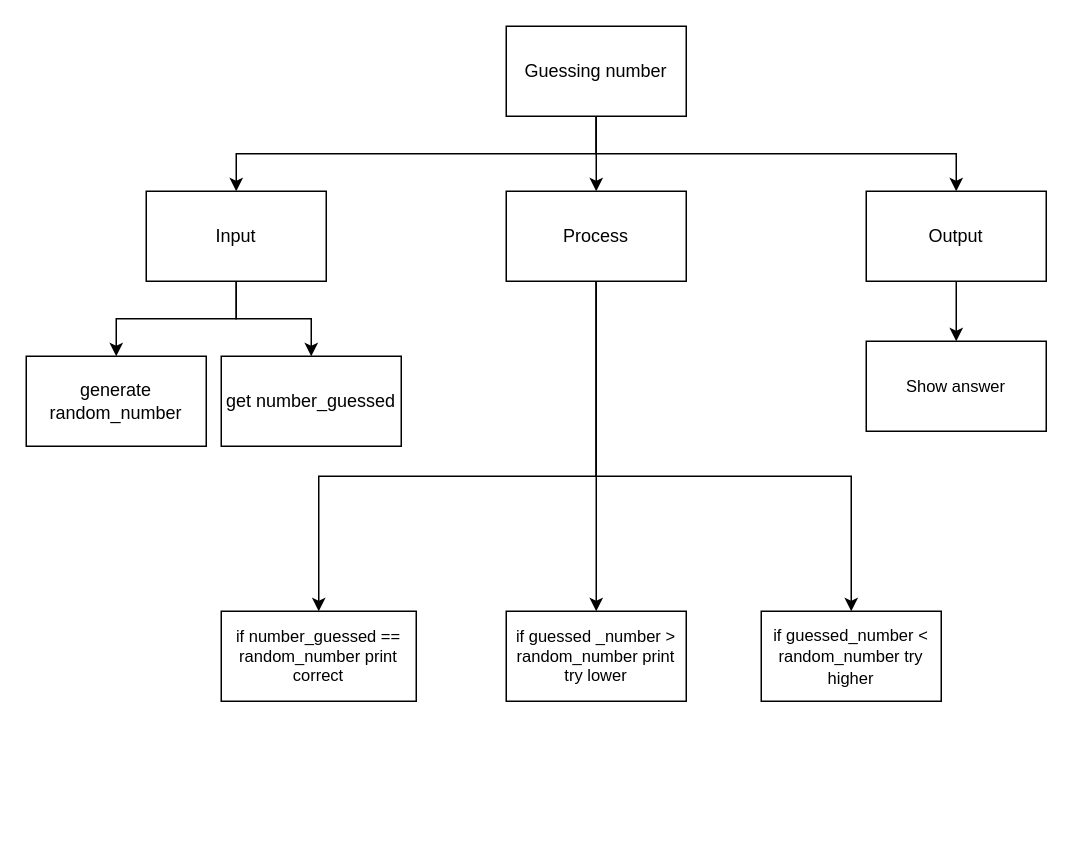
Earlier version of the draw.io diagram design.drawio (Aleksandr-Ten/ICS3U-Unit4-05-Python). Source tidied: cells renumbered, new cells numbered last; positions are measured from the earlier drawing's top-left corner, leaving out a move shared by most shapes. Both pictures are drawn from the tidied source at 150%, with x=0, y=0 at pixel (26, 26).
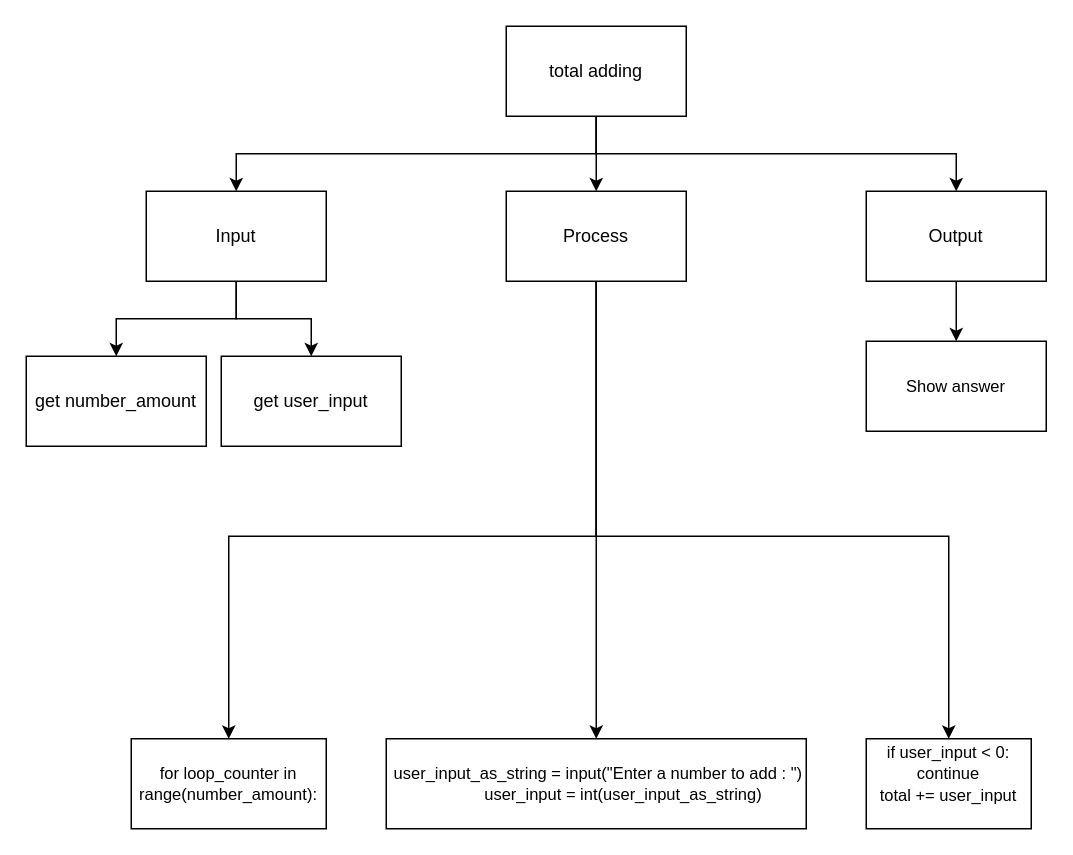
The same page after the edit.

The change refers to these unchanged cells:
```xml
<mxCell id="9" value="Process" style="rounded=0;whiteSpace=wrap;html=1;" parent="1" vertex="1">
  <mxGeometry x="320" y="110" width="120" height="60" as="geometry" />
</mxCell>
```

The edit, as a diff of the source:
```diff
@@
-    <mxCell id="5" value="Guessing number" style="rounded=0;whiteSpace=wrap;html=1;" parent="1" vertex="1">
+    <mxCell id="5" value="total adding" style="rounded=0;whiteSpace=wrap;html=1;" parent="1" vertex="1">
       <mxGeometry x="320" width="120" height="60" as="geometry" />
     </mxCell>
+    <mxCell id="8" style="edgeStyle=none;html=1;entryX=0.5;entryY=0;entryDx=0;entryDy=0;" parent="1" edge="1" source="9" target="17">
+      <mxGeometry relative="1" as="geometry" />
+    </mxCell>
-    <mxCell id="6" style="edgeStyle=orthogonalEdgeStyle;shape=connector;rounded=0;html=1;exitX=0.5;exitY=1;exitDx=0;exitDy=0;labelBackgroundColor=default;fontFamily=Helvetica;fontSize=11;fontColor=default;endArrow=classic;strokeColor=default;entryX=0.5;entryY=0;entryDx=0;entryDy=0;" parent="1" edge="1" source="9" target="16">
+    <mxCell id="6" style="edgeStyle=orthogonalEdgeStyle;html=1;entryX=0.5;entryY=0;entryDx=0;entryDy=0;rounded=0;" parent="1" edge="1" source="9" target="16">
       <mxGeometry relative="1" as="geometry">
         <Array as="points">
-          <mxPoint x="380" y="300" />
-          <mxPoint x="195" y="300" />
+          <mxPoint x="380" y="340" />
+          <mxPoint x="135" y="340" />
         </Array>
       </mxGeometry>
     </mxCell>
-    <mxCell id="7" style="edgeStyle=orthogonalEdgeStyle;shape=connector;rounded=0;html=1;exitX=0.5;exitY=1;exitDx=0;exitDy=0;labelBackgroundColor=default;fontFamily=Helvetica;fontSize=11;fontColor=default;endArrow=classic;strokeColor=default;" parent="1" edge="1" source="9" target="17">
-      <mxGeometry relative="1" as="geometry" />
-    </mxCell>
-    <mxCell id="8" style="edgeStyle=orthogonalEdgeStyle;rounded=0;html=1;exitX=0.5;exitY=1;exitDx=0;exitDy=0;fontSize=11;" parent="1" edge="1" source="9" target="20">
-      <mxGeometry relative="1" as="geometry">
-        <Array as="points">
-          <mxPoint x="380" y="300" />
-          <mxPoint x="550" y="300" />
-        </Array>
-      </mxGeometry>
-    </mxCell>
+    <mxCell id="21" style="edgeStyle=orthogonalEdgeStyle;shape=connector;rounded=0;html=1;exitX=0.5;exitY=1;exitDx=0;exitDy=0;entryX=0.5;entryY=0;entryDx=0;entryDy=0;labelBackgroundColor=default;fontFamily=Helvetica;fontSize=11;fontColor=default;endArrow=classic;strokeColor=default;" parent="1" edge="1" source="9" target="20">
+      <mxGeometry relative="1" as="geometry">
+        <Array as="points">
+          <mxPoint x="380" y="340" />
+          <mxPoint x="615" y="340" />
+        </Array>
+      </mxGeometry>
+    </mxCell>
@@
-    <mxCell id="15" value="&lt;font style=&quot;font-size: 12px&quot;&gt;generate random_number&lt;/font&gt;" style="rounded=0;whiteSpace=wrap;html=1;fontFamily=Helvetica;fontSize=11;fontColor=default;" parent="1" vertex="1">
+    <mxCell id="15" value="&lt;span style=&quot;font-size: 12px&quot;&gt;get number_amount&lt;/span&gt;" style="rounded=0;whiteSpace=wrap;html=1;fontFamily=Helvetica;fontSize=11;fontColor=default;" parent="1" vertex="1">
       <mxGeometry y="220" width="120" height="60" as="geometry" />
     </mxCell>
-    <mxCell id="16" value="if number_guessed == random_number print correct" style="rounded=0;whiteSpace=wrap;html=1;fontFamily=Helvetica;fontSize=11;fontColor=default;" parent="1" vertex="1">
-      <mxGeometry x="130" y="390" width="130" height="60" as="geometry" />
+    <mxCell id="16" value="for loop_counter in range(number_amount):" style="rounded=0;whiteSpace=wrap;html=1;fontFamily=Helvetica;fontSize=11;fontColor=default;" parent="1" vertex="1">
+      <mxGeometry x="70" y="475" width="130" height="60" as="geometry" />
     </mxCell>
-    <mxCell id="17" value="if guessed _number &amp;gt; random_number print try lower" style="rounded=0;whiteSpace=wrap;html=1;fontFamily=Helvetica;fontSize=11;fontColor=default;" parent="1" vertex="1">
-      <mxGeometry x="320" y="390" width="120" height="60" as="geometry" />
+    <mxCell id="17" value="&lt;div&gt;&amp;nbsp;user_input_as_string = input(&quot;Enter a number to add : &quot;)&lt;/div&gt;&lt;div&gt;&amp;nbsp; &amp;nbsp; &amp;nbsp; &amp;nbsp; &amp;nbsp; &amp;nbsp; user_input = int(user_input_as_string)&lt;/div&gt;" style="rounded=0;whiteSpace=wrap;html=1;fontFamily=Helvetica;fontSize=11;fontColor=default;" parent="1" vertex="1">
+      <mxGeometry x="240" y="475" width="280" height="60" as="geometry" />
     </mxCell>
@@
-    <mxCell id="19" value="get number_guessed" style="rounded=0;whiteSpace=wrap;html=1;" parent="1" vertex="1">
+    <mxCell id="19" value="get user_input" style="rounded=0;whiteSpace=wrap;html=1;" parent="1" vertex="1">
       <mxGeometry x="130" y="220" width="120" height="60" as="geometry" />
     </mxCell>
-    <mxCell id="20" value="&lt;font style=&quot;font-size: 11px&quot;&gt;if guessed_number &amp;lt; random_number try higher&lt;/font&gt;" style="rounded=0;whiteSpace=wrap;html=1;fontSize=12;" parent="1" vertex="1">
-      <mxGeometry x="490" y="390" width="120" height="60" as="geometry" />
+    <mxCell id="20" value="&lt;div&gt;&lt;span style=&quot;font-size: 11px&quot;&gt;if user_input &amp;lt; 0:&lt;/span&gt;&lt;/div&gt;&lt;div&gt;&lt;span style=&quot;font-size: 11px&quot;&gt;continue&lt;/span&gt;&lt;/div&gt;&lt;div&gt;&lt;span style=&quot;font-size: 11px&quot;&gt;total += user_input&lt;/span&gt;&lt;/div&gt;&lt;div&gt;&lt;br&gt;&lt;/div&gt;" style="rounded=0;whiteSpace=wrap;html=1;fontSize=12;" parent="1" vertex="1">
+      <mxGeometry x="560" y="475" width="110" height="60" as="geometry" />
     </mxCell>
```
